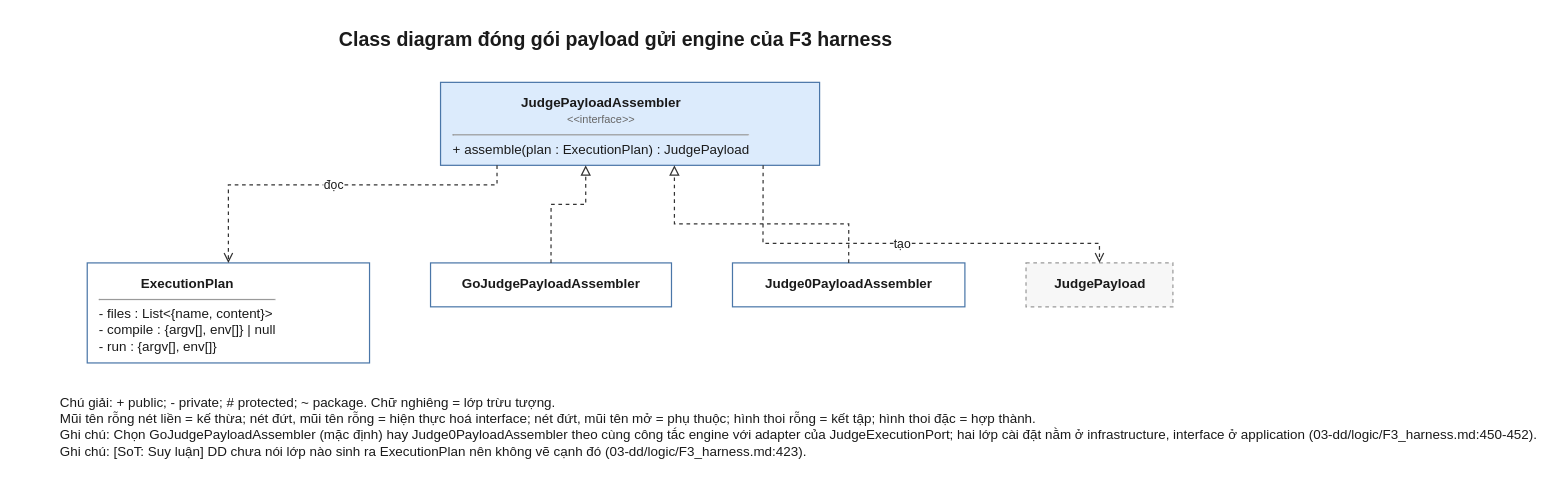
The draw.io diagram 08-diagram/class/class_f3_dong_goi_payload.drawio in daiphu1801/PRJ_ALGOPREP, before the edit. Source tidied: cells renumbered, new cells numbered last; positions are measured from the earlier drawing's top-left corner, leaving out a move shared by most shapes. Both pictures are drawn from the tidied source at 122%, with x=0, y=0 at pixel (21, 21).
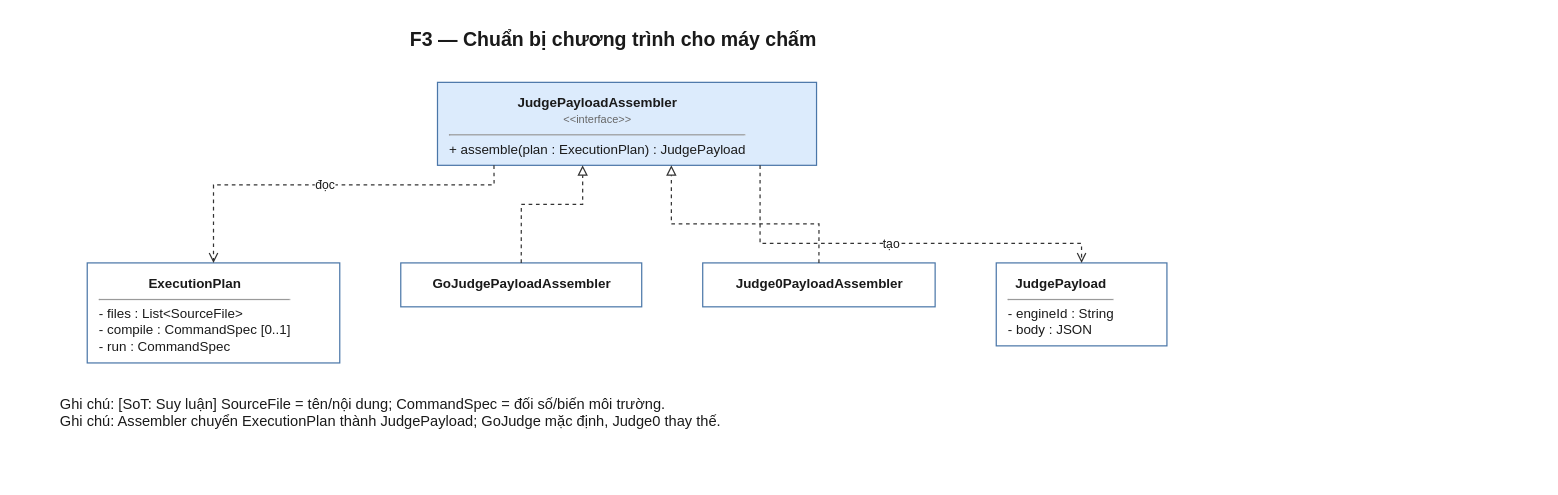
The same page after the edit.

The edit, as a diff of the source:
```diff
@@
 <mxGraphModel>
   <root>
     <mxCell id="0" />
     <mxCell id="1" parent="0" />
-    <mxCell id="2" value="&lt;div style=&quot;text-align:center&quot;&gt;&lt;b&gt;ExecutionPlan&lt;/b&gt;&lt;/div&gt;&lt;hr size=&quot;1&quot;/&gt;-&amp;nbsp;files&amp;nbsp;:&amp;nbsp;List&amp;lt;{name,&amp;nbsp;content}&amp;gt;&lt;br&gt;-&amp;nbsp;compile&amp;nbsp;:&amp;nbsp;{argv[],&amp;nbsp;env[]}&amp;nbsp;|&amp;nbsp;null&lt;br&gt;-&amp;nbsp;run&amp;nbsp;:&amp;nbsp;{argv[],&amp;nbsp;env[]}" style="algoprep=class;rounded=0;whiteSpace=nowrap;html=1;align=left;verticalAlign=top;spacingLeft=8;spacingTop=4;spacingRight=8;fontSize=11;fontFamily=Helvetica;fillColor=#FFFFFF;strokeColor=#4A76A8;fontColor=#1A1A1A;" parent="1" vertex="1">
-      <mxGeometry x="54" y="198" width="231.4" height="82" as="geometry" />
+    <mxCell id="2" value="&lt;div style=&quot;text-align:center&quot;&gt;&lt;b&gt;ExecutionPlan&lt;/b&gt;&lt;/div&gt;&lt;hr size=&quot;1&quot;/&gt;-&amp;nbsp;files&amp;nbsp;:&amp;nbsp;List&amp;lt;SourceFile&amp;gt;&lt;br&gt;-&amp;nbsp;compile&amp;nbsp;:&amp;nbsp;CommandSpec&amp;nbsp;[0..1]&lt;br&gt;-&amp;nbsp;run&amp;nbsp;:&amp;nbsp;CommandSpec" style="algoprep=class;rounded=0;whiteSpace=nowrap;html=1;align=left;verticalAlign=top;spacingLeft=8;spacingTop=4;spacingRight=8;fontSize=11;fontFamily=Helvetica;fillColor=#FFFFFF;strokeColor=#4A76A8;fontColor=#1A1A1A;" parent="1" vertex="1">
+      <mxGeometry x="54" y="198" width="207" height="82" as="geometry" />
     </mxCell>
     <mxCell id="3" value="&lt;div style=&quot;text-align:center&quot;&gt;&lt;b&gt;JudgePayloadAssembler&lt;/b&gt;&lt;br&gt;&lt;font style=&quot;font-size:9px&quot; color=&quot;#666666&quot;&gt;&amp;lt;&amp;lt;interface&amp;gt;&amp;gt;&lt;/font&gt;&lt;/div&gt;&lt;hr size=&quot;1&quot;/&gt;+&amp;nbsp;assemble(plan&amp;nbsp;:&amp;nbsp;ExecutionPlan)&amp;nbsp;:&amp;nbsp;JudgePayload" style="algoprep=class;rounded=0;whiteSpace=nowrap;html=1;align=left;verticalAlign=top;spacingLeft=8;spacingTop=4;spacingRight=8;fontSize=11;fontFamily=Helvetica;fillColor=#DCEBFC;strokeColor=#4A76A8;fontColor=#1A1A1A;" parent="1" vertex="1">
-      <mxGeometry x="343.6" y="50" width="310.7" height="68" as="geometry" />
+      <mxGeometry x="341.1" y="50" width="310.7" height="68" as="geometry" />
     </mxCell>
     <mxCell id="4" value="&lt;div style=&quot;text-align:center&quot;&gt;&lt;b&gt;GoJudgePayloadAssembler&lt;/b&gt;&lt;/div&gt;" style="algoprep=class;rounded=0;whiteSpace=nowrap;html=1;align=center;verticalAlign=top;spacingLeft=8;spacingTop=4;spacingRight=8;fontSize=11;fontFamily=Helvetica;fillColor=#FFFFFF;strokeColor=#4A76A8;fontColor=#1A1A1A;" parent="1" vertex="1">
-      <mxGeometry x="335.4" y="198" width="197.5" height="36" as="geometry" />
+      <mxGeometry x="311" y="198" width="197.5" height="36" as="geometry" />
     </mxCell>
     <mxCell id="5" value="&lt;div style=&quot;text-align:center&quot;&gt;&lt;b&gt;Judge0PayloadAssembler&lt;/b&gt;&lt;/div&gt;" style="algoprep=class;rounded=0;whiteSpace=nowrap;html=1;align=center;verticalAlign=top;spacingLeft=8;spacingTop=4;spacingRight=8;fontSize=11;fontFamily=Helvetica;fillColor=#FFFFFF;strokeColor=#4A76A8;fontColor=#1A1A1A;" parent="1" vertex="1">
-      <mxGeometry x="582.9" y="198" width="190.5" height="36" as="geometry" />
+      <mxGeometry x="558.5" y="198" width="190.5" height="36" as="geometry" />
     </mxCell>
-    <mxCell id="6" value="&lt;div style=&quot;text-align:center&quot;&gt;&lt;b&gt;JudgePayload&lt;/b&gt;&lt;/div&gt;" style="algoprep=class;rounded=0;whiteSpace=nowrap;html=1;align=center;verticalAlign=top;spacingLeft=8;spacingTop=4;spacingRight=8;fontSize=11;fontFamily=Helvetica;fillColor=#F7F7F7;strokeColor=#999999;fontColor=#1A1A1A;dashed=1;" parent="1" vertex="1">
-      <mxGeometry x="823.5" y="198" width="120.4" height="36" as="geometry" />
+    <mxCell id="6" value="&lt;div style=&quot;text-align:center&quot;&gt;&lt;b&gt;JudgePayload&lt;/b&gt;&lt;/div&gt;&lt;hr size=&quot;1&quot;/&gt;-&amp;nbsp;engineId&amp;nbsp;:&amp;nbsp;String&lt;br&gt;-&amp;nbsp;body&amp;nbsp;:&amp;nbsp;JSON" style="algoprep=class;rounded=0;whiteSpace=nowrap;html=1;align=left;verticalAlign=top;spacingLeft=8;spacingTop=4;spacingRight=8;fontSize=11;fontFamily=Helvetica;fillColor=#FFFFFF;strokeColor=#4A76A8;fontColor=#1A1A1A;" parent="1" vertex="1">
+      <mxGeometry x="799.1" y="198" width="139.9" height="68" as="geometry" />
     </mxCell>
     <mxCell id="7" style="html=1;rounded=0;jettySize=auto;fontSize=10;strokeColor=#333333;fontColor=#1A1A1A;labelBackgroundColor=#FFFFFF;exitX=0.500;exitY=0;exitDx=0;exitDy=0;exitPerimeter=0;entryX=0.383;entryY=1;entryDx=0;entryDy=0;entryPerimeter=0;dashed=1;startArrow=none;endArrow=block;endFill=0;" parent="1" edge="1" source="4" target="3">
       <mxGeometry relative="1" as="geometry">
         <Array as="points">
-          <mxPoint x="434.2" y="150" />
-          <mxPoint x="462.6" y="150" />
+          <mxPoint x="409.8" y="150" />
+          <mxPoint x="460.1" y="150" />
         </Array>
       </mxGeometry>
     </mxCell>
     <mxCell id="8" style="html=1;rounded=0;jettySize=auto;fontSize=10;strokeColor=#333333;fontColor=#1A1A1A;labelBackgroundColor=#FFFFFF;exitX=0.500;exitY=0;exitDx=0;exitDy=0;exitPerimeter=0;entryX=0.617;entryY=1;entryDx=0;entryDy=0;entryPerimeter=0;dashed=1;startArrow=none;endArrow=block;endFill=0;" parent="1" edge="1" source="5" target="3">
       <mxGeometry relative="1" as="geometry">
         <Array as="points">
-          <mxPoint x="678.2" y="166" />
-          <mxPoint x="535.3" y="166" />
+          <mxPoint x="653.8" y="166" />
+          <mxPoint x="532.8" y="166" />
         </Array>
       </mxGeometry>
     </mxCell>
     <mxCell id="9" value="đọc" style="html=1;rounded=0;jettySize=auto;fontSize=10;strokeColor=#333333;fontColor=#1A1A1A;labelBackgroundColor=#FFFFFF;exitX=0.149;exitY=1;exitDx=0;exitDy=0;exitPerimeter=0;entryX=0.500;entryY=0;entryDx=0;entryDy=0;entryPerimeter=0;dashed=1;startArrow=none;endArrow=open;endFill=0;" parent="1" edge="1" source="3" target="2">
       <mxGeometry relative="1" as="geometry">
         <Array as="points">
-          <mxPoint x="389.9" y="134" />
-          <mxPoint x="169.7" y="134" />
+          <mxPoint x="387.5" y="134" />
+          <mxPoint x="157.5" y="134" />
         </Array>
       </mxGeometry>
     </mxCell>
     <mxCell id="10" value="tạo" style="html=1;rounded=0;jettySize=auto;fontSize=10;strokeColor=#333333;fontColor=#1A1A1A;labelBackgroundColor=#FFFFFF;exitX=0.851;exitY=1;exitDx=0;exitDy=0;exitPerimeter=0;entryX=0.500;entryY=0;entryDx=0;entryDy=0;entryPerimeter=0;dashed=1;startArrow=none;endArrow=open;endFill=0;" parent="1" edge="1" source="3" target="6">
       <mxGeometry relative="1" as="geometry">
         <Array as="points">
-          <mxPoint x="607.9" y="182" />
-          <mxPoint x="883.7" y="182" />
+          <mxPoint x="605.5" y="182" />
+          <mxPoint x="869" y="182" />
         </Array>
       </mxGeometry>
     </mxCell>
-    <mxCell id="11" value="Class diagram đóng gói payload gửi engine của F3 harness" style="text;html=1;fontSize=16;fontStyle=1;align=center;verticalAlign=middle;fontColor=#1A1A1A;" parent="1" vertex="1">
-      <mxGeometry width="973.9" height="30" as="geometry" />
+    <mxCell id="11" value="F3 — Chuẩn bị chương trình cho máy chấm" style="text;html=1;fontSize=16;fontStyle=1;align=center;verticalAlign=middle;fontColor=#1A1A1A;" parent="1" vertex="1">
+      <mxGeometry width="969" height="30" as="geometry" />
     </mxCell>
-    <mxCell id="12" value="Chú giải: + public; - private; # protected; ~ package. Chữ nghiêng = lớp trừu tượng.&lt;br&gt;Mũi tên rỗng nét liền = kế thừa; nét đứt, mũi tên rỗng = hiện thực hoá interface; nét đứt, mũi tên mở = phụ thuộc; hình thoi rỗng = kết tập; hình thoi đặc = hợp thành.&lt;br&gt;Ghi chú: Chọn GoJudgePayloadAssembler (mặc định) hay Judge0PayloadAssembler theo cùng công tắc engine với adapter của JudgeExecutionPort; hai lớp cài đặt nằm ở infrastructure, interface ở application (03-dd/logic/F3_harness.md:450-452).&lt;br&gt;Ghi chú: [SoT: Suy luận] DD chưa nói lớp nào sinh ra ExecutionPlan nên không vẽ cạnh đó (03-dd/logic/F3_harness.md:423)." style="text;html=1;align=left;verticalAlign=top;fontSize=11;fontColor=#1A1A1A;" parent="1" vertex="1">
-      <mxGeometry x="30" y="300" width="1100" height="72" as="geometry" />
+    <mxCell id="12" value="Ghi chú: [SoT: Suy luận] SourceFile = tên/nội dung; CommandSpec = đối số/biến môi trường.&lt;br&gt;Ghi chú: Assembler chuyển ExecutionPlan thành JudgePayload; GoJudge mặc định, Judge0 thay thế." style="text;html=1;align=left;verticalAlign=top;fontSize=12;fontColor=#1A1A1A;" parent="1" vertex="1">
+      <mxGeometry x="30" y="300" width="1100" height="44" as="geometry" />
     </mxCell>
   </root>
 </mxGraphModel>
```
